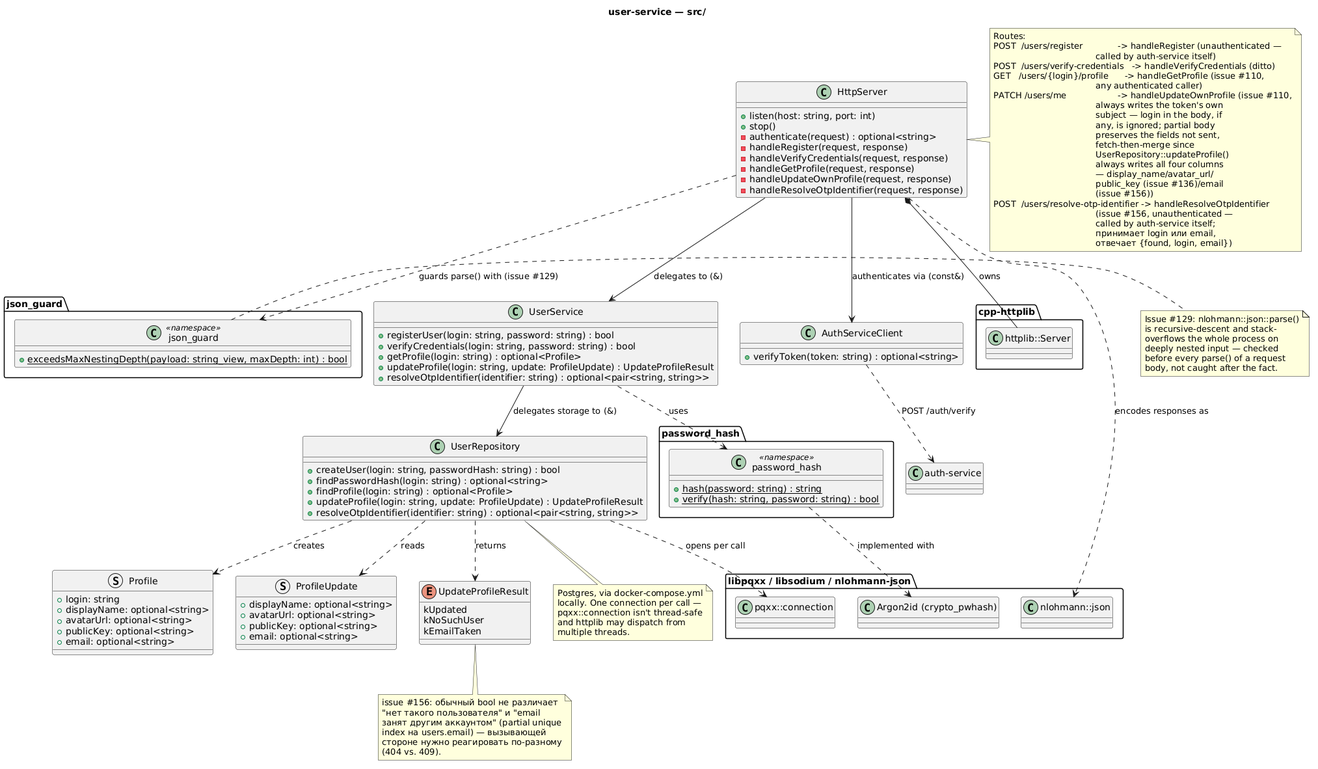
The PlantUML diagram services/user-service/docs/diagrams/user-service.png in NekrasovIS/Exp, before a commit.
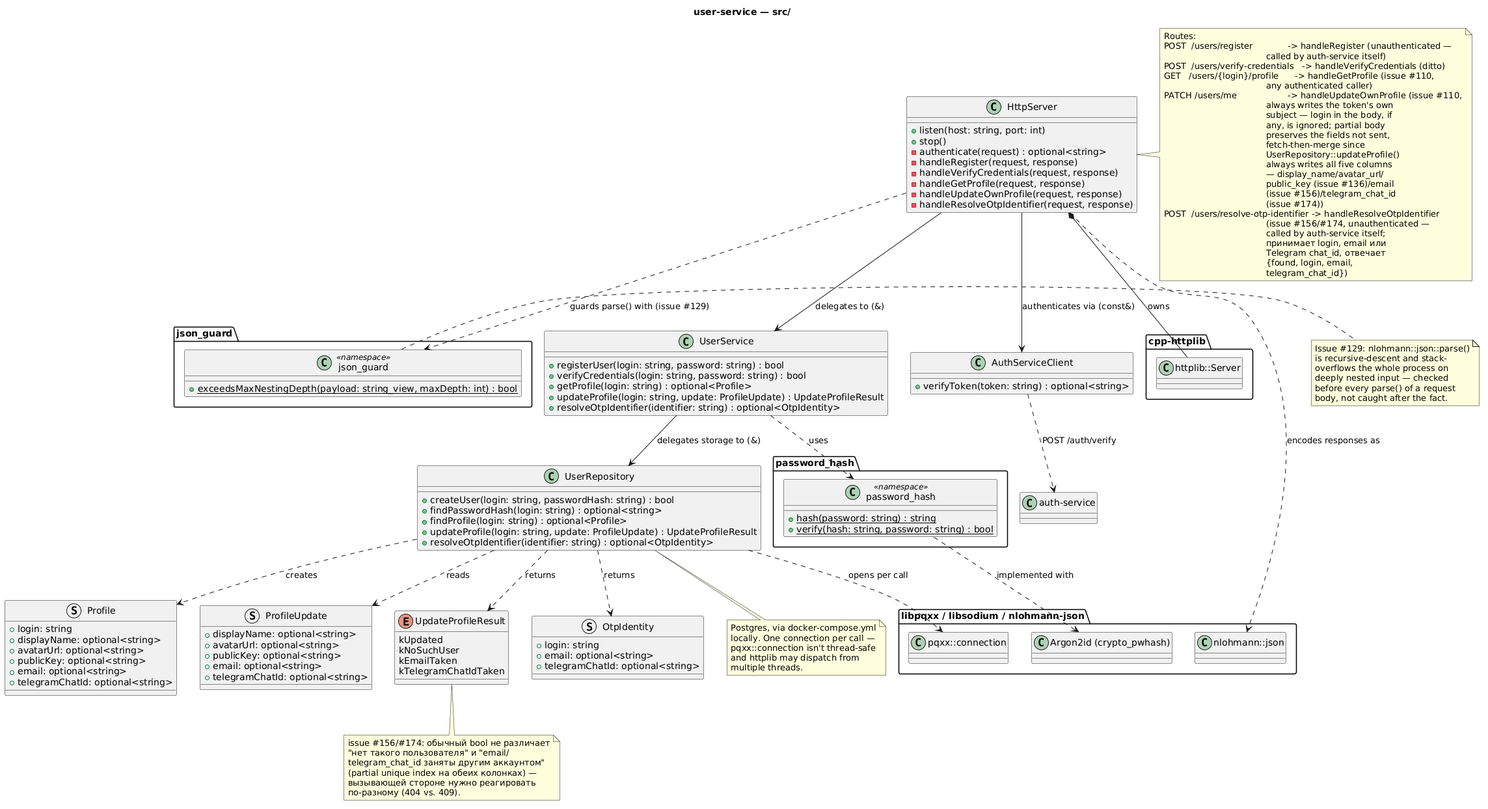
Later version of the same file.

The edit, as a diff of the source:
```diff
@@ -24,6 +24,7 @@
   +avatarUrl: optional<string>
   +publicKey: optional<string>
   +email: optional<string>
+  +telegramChatId: optional<string>
 }
 
 struct ProfileUpdate {
@@ -31,40 +32,49 @@
   +avatarUrl: optional<string>
   +publicKey: optional<string>
   +email: optional<string>
+  +telegramChatId: optional<string>
 }
 
 enum UpdateProfileResult {
   kUpdated
   kNoSuchUser
   kEmailTaken
+  kTelegramChatIdTaken
 }
 note bottom of UpdateProfileResult
-  issue #156: обычный bool не различает
-  "нет такого пользователя" и "email
-  занят другим аккаунтом" (partial unique
-  index на users.email) — вызывающей
-  стороне нужно реагировать по-разному
-  (404 vs. 409).
+  issue #156/#174: обычный bool не различает
+  "нет такого пользователя" и "email/
+  telegram_chat_id заняты другим аккаунтом"
+  (partial unique index на обеих колонках) —
+  вызывающей стороне нужно реагировать
+  по-разному (404 vs. 409).
 end note
+
+struct OtpIdentity {
+  +login: string
+  +email: optional<string>
+  +telegramChatId: optional<string>
+}
 
 class UserRepository {
   +createUser(login: string, passwordHash: string) : bool
   +findPasswordHash(login: string) : optional<string>
   +findProfile(login: string) : optional<Profile>
   +updateProfile(login: string, update: ProfileUpdate) : UpdateProfileResult
-  +resolveOtpIdentifier(identifier: string) : optional<pair<string, string>>
+  +resolveOtpIdentifier(identifier: string) : optional<OtpIdentity>
 }
 UserRepository ..> PqxxConnection : opens per call
 UserRepository ..> Profile : creates
 UserRepository ..> ProfileUpdate : reads
 UserRepository ..> UpdateProfileResult : returns
+UserRepository ..> OtpIdentity : returns
 
 class UserService {
   +registerUser(login: string, password: string) : bool
   +verifyCredentials(login: string, password: string) : bool
   +getProfile(login: string) : optional<Profile>
   +updateProfile(login: string, update: ProfileUpdate) : UpdateProfileResult
-  +resolveOtpIdentifier(identifier: string) : optional<pair<string, string>>
+  +resolveOtpIdentifier(identifier: string) : optional<OtpIdentity>
 }
 UserService --> UserRepository : delegates storage to (&)
 UserService ..> password_hash.password_hash : uses
@@ -111,15 +121,18 @@
                                         preserves the fields not sent,
                                         fetch-then-merge since
                                         UserRepository::updateProfile()
-                                        always writes all four columns
+                                        always writes all five columns
                                         — display_name/avatar_url/
                                         public_key (issue #136)/email
-                                        (issue #156))
+                                        (issue #156)/telegram_chat_id
+                                        (issue #174))
   POST  /users/resolve-otp-identifier -> handleResolveOtpIdentifier
-                                        (issue #156, unauthenticated —
+                                        (issue #156/#174, unauthenticated —
                                         called by auth-service itself;
-                                        принимает login или email,
-                                        отвечает {found, login, email})
+                                        принимает login, email или
+                                        Telegram chat_id, отвечает
+                                        {found, login, email,
+                                        telegram_chat_id})
 end note
 
 note right of json_guard.json_guard
```
